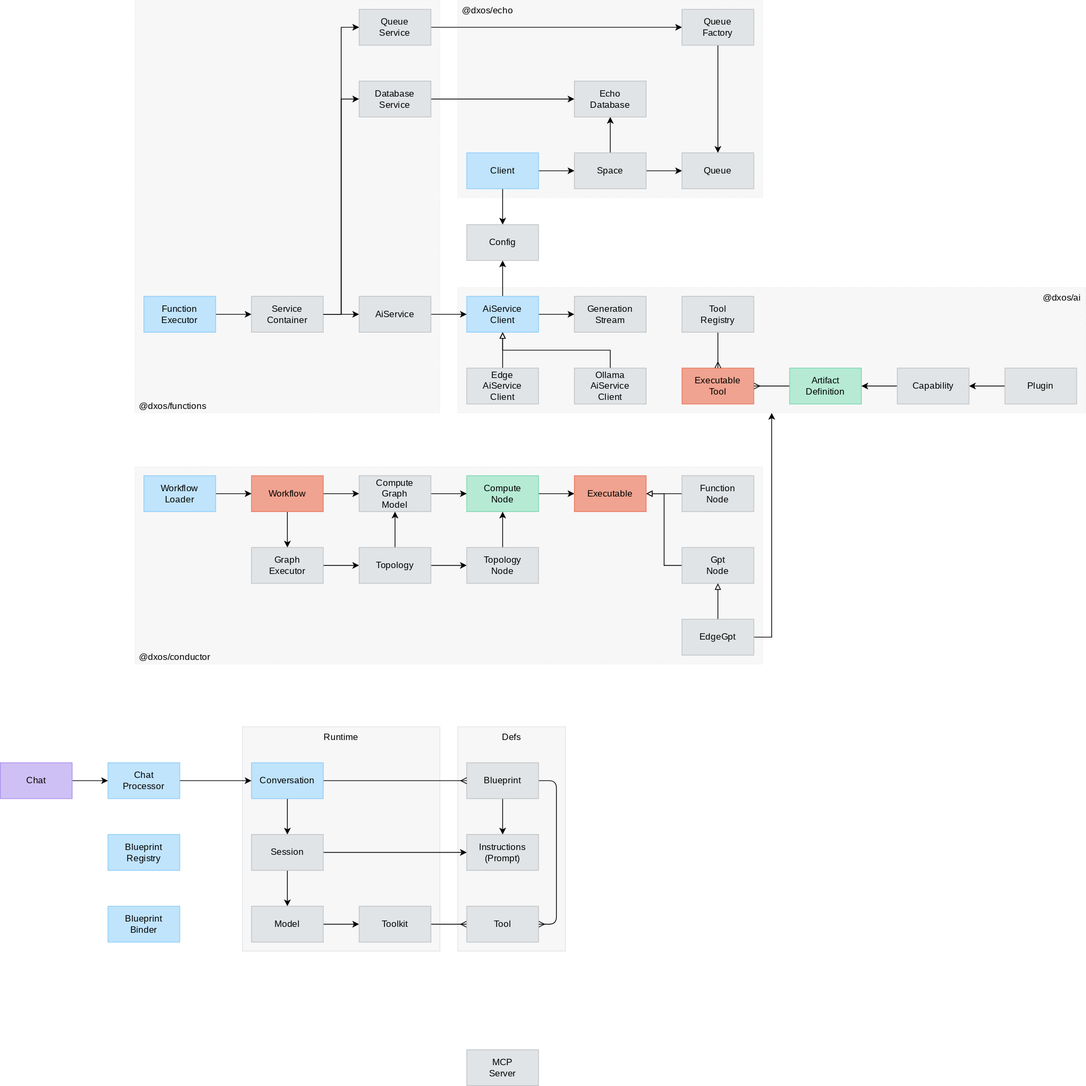
This is packages/core/ai/docs/ai.drawio.svg from dxos/dxos, a draw.io export, as it was before one commit. Source tidied: cells renumbered, new cells last; positions are measured from the earlier drawing's top-left corner, leaving out a move shared by most shapes.
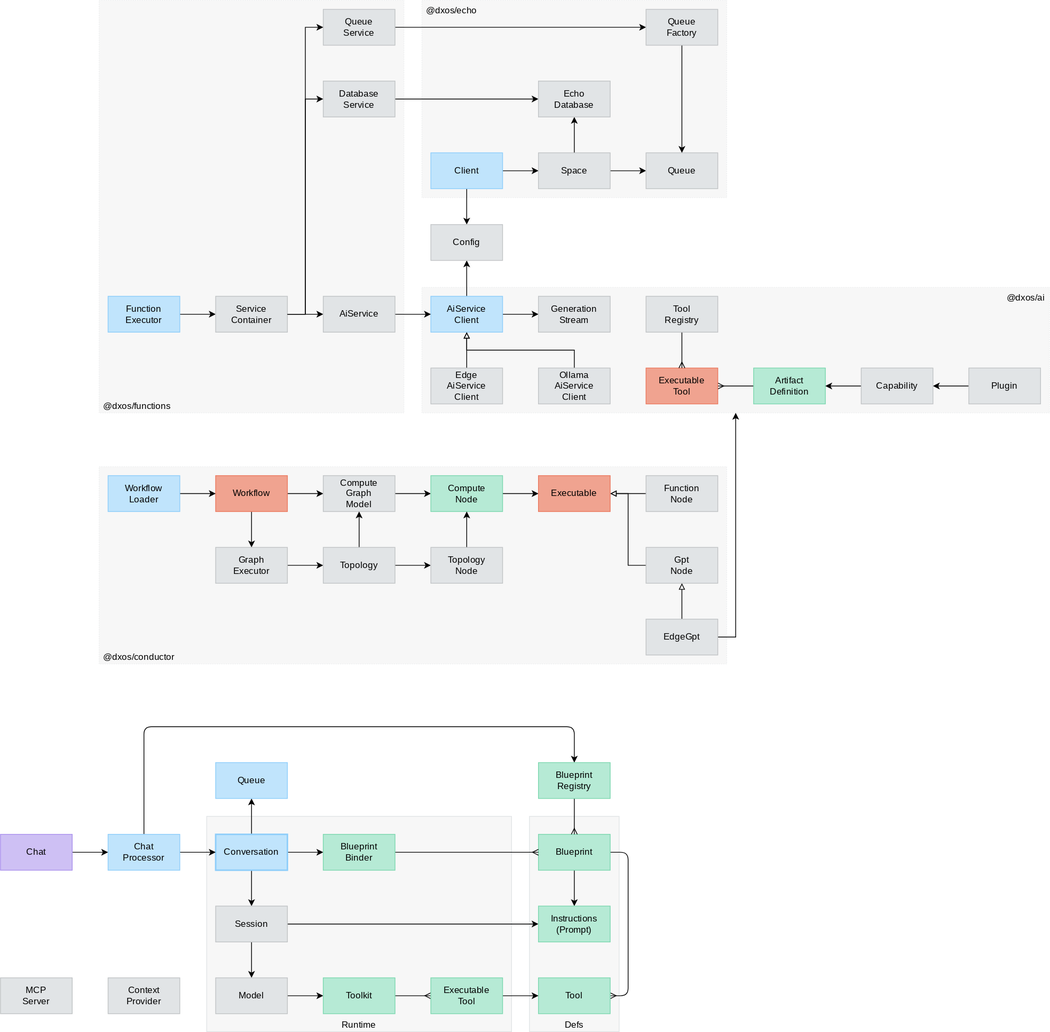
The same file after the commit.

Change to the diagram source:
```diff
@@ -2,11 +2,11 @@
   <root>
     <mxCell id="0" />
     <mxCell id="1" parent="0" />
-    <mxCell id="2" value="Runtime" style="rounded=0;whiteSpace=wrap;html=1;fontFamily=Space Grotesk;fontSource=https%3A%2F%2Ffonts.googleapis.com%2Fcss%3Ffamily%3DSpace%2BGrotesk;fillColor=#F7F7F7;fontColor=#000000;strokeColor=#E1E4E6;verticalAlign=top;" parent="1" vertex="1">
-      <mxGeometry x="324" y="972" width="264" height="300" as="geometry" />
+    <mxCell id="2" value="Runtime" style="rounded=0;whiteSpace=wrap;html=1;fontFamily=Space Grotesk;fontSource=https%3A%2F%2Ffonts.googleapis.com%2Fcss%3Ffamily%3DSpace%2BGrotesk;fillColor=#F7F7F7;fontColor=#000000;strokeColor=#E1E4E6;verticalAlign=bottom;" parent="1" vertex="1">
+      <mxGeometry x="324" y="1092" width="408" height="288" as="geometry" />
     </mxCell>
-    <mxCell id="3" value="Defs" style="rounded=0;whiteSpace=wrap;html=1;fontFamily=Space Grotesk;fontSource=https%3A%2F%2Ffonts.googleapis.com%2Fcss%3Ffamily%3DSpace%2BGrotesk;fillColor=#F7F7F7;fontColor=#000000;strokeColor=#E1E4E6;verticalAlign=top;" parent="1" vertex="1">
-      <mxGeometry x="612" y="972" width="144" height="300" as="geometry" />
+    <mxCell id="3" value="Defs" style="rounded=0;whiteSpace=wrap;html=1;fontFamily=Space Grotesk;fontSource=https%3A%2F%2Ffonts.googleapis.com%2Fcss%3Ffamily%3DSpace%2BGrotesk;fillColor=#F7F7F7;fontColor=#000000;strokeColor=#E1E4E6;verticalAlign=bottom;" parent="1" vertex="1">
+      <mxGeometry x="756" y="1092" width="120" height="288" as="geometry" />
     </mxCell>
     <mxCell id="4" value="@dxos/conductor" style="rounded=0;whiteSpace=wrap;html=1;fontFamily=Space Grotesk;fontSource=https%3A%2F%2Ffonts.googleapis.com%2Fcss%3Ffamily%3DSpace%2BGrotesk;verticalAlign=bottom;fillColor=#F7F7F7;dashed=1;strokeWidth=0.5;align=left;spacingLeft=4;spacingRight=4;fontColor=#000000;strokeColor=#E1E4E6;" parent="1" vertex="1">
       <mxGeometry x="180" y="624" width="840" height="264" as="geometry" />
@@ -237,34 +237,40 @@
     <mxCell id="71" value="Tool&lt;div&gt;Registry&lt;/div&gt;" style="rounded=0;whiteSpace=wrap;html=1;fontFamily=Space Grotesk;fontSource=https%3A%2F%2Ffonts.googleapis.com%2Fcss%3Ffamily%3DSpace%2BGrotesk;fillColor=#E1E4E6;fontColor=#000000;strokeColor=#C0C3C5;" parent="1" vertex="1">
       <mxGeometry x="912" y="396" width="96" height="48" as="geometry" />
     </mxCell>
-    <mxCell id="72" style="edgeStyle=none;html=1;endArrow=ERmany;endFill=0;" parent="1" edge="1" source="85" target="76">
+    <mxCell id="72" style="edgeStyle=none;html=1;endArrow=ERmany;endFill=0;" parent="1" edge="1" source="85" target="101">
       <mxGeometry relative="1" as="geometry" />
     </mxCell>
     <mxCell id="73" style="edgeStyle=none;html=1;endArrow=ERmany;endFill=0;" parent="1" edge="1" source="75" target="76">
       <mxGeometry relative="1" as="geometry">
         <Array as="points">
-          <mxPoint x="744" y="1044" />
-          <mxPoint x="744" y="1236" />
+          <mxPoint x="888" y="1140" />
+          <mxPoint x="888" y="1332" />
         </Array>
       </mxGeometry>
     </mxCell>
     <mxCell id="74" style="edgeStyle=none;html=1;exitX=0.5;exitY=1;exitDx=0;exitDy=0;" parent="1" edge="1" source="75" target="86">
       <mxGeometry relative="1" as="geometry" />
     </mxCell>
-    <mxCell id="75" value="Blueprint" style="rounded=0;whiteSpace=wrap;html=1;fontFamily=Space Grotesk;fontSource=https%3A%2F%2Ffonts.googleapis.com%2Fcss%3Ffamily%3DSpace%2BGrotesk;fillColor=#E1E4E6;fontColor=#000000;strokeColor=#C0C3C5;" parent="1" vertex="1">
-      <mxGeometry x="624" y="1020" width="96" height="48" as="geometry" />
+    <mxCell id="75" value="Blueprint" style="rounded=0;whiteSpace=wrap;html=1;fontFamily=Space Grotesk;fontSource=https%3A%2F%2Ffonts.googleapis.com%2Fcss%3Ffamily%3DSpace%2BGrotesk;fillColor=#B6EAD5;fontColor=#000000;strokeColor=#7CD7AF;" parent="1" vertex="1">
+      <mxGeometry x="768" y="1116" width="96" height="48" as="geometry" />
     </mxCell>
-    <mxCell id="76" value="Tool" style="rounded=0;whiteSpace=wrap;html=1;fontFamily=Space Grotesk;fontSource=https%3A%2F%2Ffonts.googleapis.com%2Fcss%3Ffamily%3DSpace%2BGrotesk;fillColor=#E1E4E6;fontColor=#000000;strokeColor=#C0C3C5;" parent="1" vertex="1">
-      <mxGeometry x="624" y="1212" width="96" height="48" as="geometry" />
+    <mxCell id="76" value="Tool" style="rounded=0;whiteSpace=wrap;html=1;fontFamily=Space Grotesk;fontSource=https%3A%2F%2Ffonts.googleapis.com%2Fcss%3Ffamily%3DSpace%2BGrotesk;fillColor=#B6EAD5;fontColor=#000000;strokeColor=#7CD7AF;" parent="1" vertex="1">
+      <mxGeometry x="768" y="1308" width="96" height="48" as="geometry" />
     </mxCell>
-    <mxCell id="77" style="edgeStyle=none;html=1;exitX=1;exitY=0.5;exitDx=0;exitDy=0;endArrow=ERmany;endFill=0;" parent="1" edge="1" source="79" target="75">
+    <mxCell id="77" style="edgeStyle=none;html=1;endArrow=ERmany;endFill=0;" parent="1" edge="1" source="93" target="75">
       <mxGeometry relative="1" as="geometry" />
     </mxCell>
     <mxCell id="78" style="edgeStyle=none;html=1;exitX=0.5;exitY=1;exitDx=0;exitDy=0;entryX=0.5;entryY=0;entryDx=0;entryDy=0;" parent="1" edge="1" source="79" target="82">
       <mxGeometry relative="1" as="geometry" />
     </mxCell>
+    <mxCell id="94" style="edgeStyle=none;html=1;" parent="1" edge="1" source="79" target="93">
+      <mxGeometry relative="1" as="geometry" />
+    </mxCell>
+    <mxCell id="95" style="edgeStyle=none;html=1;exitX=0.5;exitY=0;exitDx=0;exitDy=0;" parent="1" edge="1" source="79" target="99">
+      <mxGeometry relative="1" as="geometry" />
+    </mxCell>
-    <mxCell id="79" value="Conversation" style="rounded=0;whiteSpace=wrap;html=1;fontFamily=Space Grotesk;fontSource=https%3A%2F%2Ffonts.googleapis.com%2Fcss%3Ffamily%3DSpace%2BGrotesk;fillColor=#C0E4FC;fontColor=#000000;strokeColor=#8DCDFA;" parent="1" vertex="1">
-      <mxGeometry x="336" y="1020" width="96" height="48" as="geometry" />
+    <mxCell id="79" value="Conversation" style="rounded=0;whiteSpace=wrap;html=1;fontFamily=Space Grotesk;fontSource=https%3A%2F%2Ffonts.googleapis.com%2Fcss%3Ffamily%3DSpace%2BGrotesk;fillColor=#C0E4FC;fontColor=#000000;strokeColor=#8DCDFA;fontStyle=0;strokeWidth=2;" parent="1" vertex="1">
+      <mxGeometry x="336" y="1116" width="96" height="48" as="geometry" />
     </mxCell>
     <mxCell id="80" style="edgeStyle=none;html=1;exitX=0.5;exitY=1;exitDx=0;exitDy=0;" parent="1" edge="1" source="82" target="84">
       <mxGeometry relative="1" as="geometry" />
@@ -273,40 +279,63 @@
       <mxGeometry relative="1" as="geometry" />
     </mxCell>
     <mxCell id="82" value="Session" style="rounded=0;whiteSpace=wrap;html=1;fontFamily=Space Grotesk;fontSource=https%3A%2F%2Ffonts.googleapis.com%2Fcss%3Ffamily%3DSpace%2BGrotesk;fillColor=#E1E4E6;fontColor=#000000;strokeColor=#C0C3C5;" parent="1" vertex="1">
-      <mxGeometry x="336" y="1116" width="96" height="48" as="geometry" />
+      <mxGeometry x="336" y="1212" width="96" height="48" as="geometry" />
     </mxCell>
     <mxCell id="83" style="edgeStyle=none;html=1;exitX=1;exitY=0.5;exitDx=0;exitDy=0;" parent="1" edge="1" source="84" target="85">
       <mxGeometry relative="1" as="geometry" />
     </mxCell>
     <mxCell id="84" value="Model" style="rounded=0;whiteSpace=wrap;html=1;fontFamily=Space Grotesk;fontSource=https%3A%2F%2Ffonts.googleapis.com%2Fcss%3Ffamily%3DSpace%2BGrotesk;fillColor=#E1E4E6;fontColor=#000000;strokeColor=#C0C3C5;" parent="1" vertex="1">
-      <mxGeometry x="336" y="1212" width="96" height="48" as="geometry" />
+      <mxGeometry x="336" y="1308" width="96" height="48" as="geometry" />
     </mxCell>
-    <mxCell id="85" value="Toolkit" style="rounded=0;whiteSpace=wrap;html=1;fontFamily=Space Grotesk;fontSource=https%3A%2F%2Ffonts.googleapis.com%2Fcss%3Ffamily%3DSpace%2BGrotesk;fillColor=#E1E4E6;fontColor=#000000;strokeColor=#C0C3C5;" parent="1" vertex="1">
-      <mxGeometry x="480" y="1212" width="96" height="48" as="geometry" />
+    <mxCell id="85" value="Toolkit" style="rounded=0;whiteSpace=wrap;html=1;fontFamily=Space Grotesk;fontSource=https%3A%2F%2Ffonts.googleapis.com%2Fcss%3Ffamily%3DSpace%2BGrotesk;fillColor=#B6EAD5;fontColor=#000000;strokeColor=#7CD7AF;" parent="1" vertex="1">
+      <mxGeometry x="480" y="1308" width="96" height="48" as="geometry" />
     </mxCell>
-    <mxCell id="86" value="Instructions&lt;div&gt;(Prompt)&lt;/div&gt;" style="rounded=0;whiteSpace=wrap;html=1;fontFamily=Space Grotesk;fontSource=https%3A%2F%2Ffonts.googleapis.com%2Fcss%3Ffamily%3DSpace%2BGrotesk;fillColor=#E1E4E6;fontColor=#000000;strokeColor=#C0C3C5;" parent="1" vertex="1">
-      <mxGeometry x="624" y="1116" width="96" height="48" as="geometry" />
+    <mxCell id="86" value="Instructions&lt;div&gt;(Prompt)&lt;/div&gt;" style="rounded=0;whiteSpace=wrap;html=1;fontFamily=Space Grotesk;fontSource=https%3A%2F%2Ffonts.googleapis.com%2Fcss%3Ffamily%3DSpace%2BGrotesk;fillColor=#B6EAD5;fontColor=#000000;strokeColor=#7CD7AF;" parent="1" vertex="1">
+      <mxGeometry x="768" y="1212" width="96" height="48" as="geometry" />
     </mxCell>
     <mxCell id="87" style="edgeStyle=none;html=1;exitX=1;exitY=0.5;exitDx=0;exitDy=0;" parent="1" edge="1" source="88" target="79">
       <mxGeometry relative="1" as="geometry" />
     </mxCell>
+    <mxCell id="96" style="edgeStyle=none;html=1;exitX=0.5;exitY=0;exitDx=0;exitDy=0;" parent="1" edge="1" source="88" target="92">
+      <mxGeometry relative="1" as="geometry">
+        <Array as="points">
+          <mxPoint x="240" y="972" />
+          <mxPoint x="816" y="972" />
+        </Array>
+      </mxGeometry>
+    </mxCell>
     <mxCell id="88" value="Chat&lt;br&gt;Processor" style="rounded=0;whiteSpace=wrap;html=1;fontFamily=Space Grotesk;fontSource=https%3A%2F%2Ffonts.googleapis.com%2Fcss%3Ffamily%3DSpace%2BGrotesk;fillColor=#C0E4FC;fontColor=#000000;strokeColor=#8DCDFA;" parent="1" vertex="1">
-      <mxGeometry x="144" y="1020" width="96" height="48" as="geometry" />
+      <mxGeometry x="192" y="1116" width="96" height="48" as="geometry" />
     </mxCell>
     <mxCell id="89" value="MCP&lt;br&gt;Server" style="rounded=0;whiteSpace=wrap;html=1;fontFamily=Space Grotesk;fontSource=https%3A%2F%2Ffonts.googleapis.com%2Fcss%3Ffamily%3DSpace%2BGrotesk;fillColor=#E1E4E6;fontColor=#000000;strokeColor=#C0C3C5;" parent="1" vertex="1">
-      <mxGeometry x="624" y="1404" width="96" height="48" as="geometry" />
+      <mxGeometry x="48" y="1308" width="96" height="48" as="geometry" />
     </mxCell>
     <mxCell id="90" style="edgeStyle=none;html=1;exitX=1;exitY=0.5;exitDx=0;exitDy=0;" parent="1" edge="1" source="91" target="88">
       <mxGeometry relative="1" as="geometry" />
     </mxCell>
     <mxCell id="91" value="Chat" style="rounded=0;whiteSpace=wrap;html=1;fontFamily=Space Grotesk;fontSource=https%3A%2F%2Ffonts.googleapis.com%2Fcss%3Ffamily%3DSpace%2BGrotesk;fillColor=#CEC0F4;fontColor=#000000;strokeColor=#AB92ED;" parent="1" vertex="1">
-      <mxGeometry y="1020" width="96" height="48" as="geometry" />
+      <mxGeometry x="48" y="1116" width="96" height="48" as="geometry" />
     </mxCell>
+    <mxCell id="97" style="edgeStyle=none;html=1;exitX=0.5;exitY=1;exitDx=0;exitDy=0;endArrow=ERmany;endFill=0;" parent="1" edge="1" source="92" target="75">
+      <mxGeometry relative="1" as="geometry" />
+    </mxCell>
-    <mxCell id="92" value="Blueprint&lt;div&gt;Registry&lt;/div&gt;" style="rounded=0;whiteSpace=wrap;html=1;fontFamily=Space Grotesk;fontSource=https%3A%2F%2Ffonts.googleapis.com%2Fcss%3Ffamily%3DSpace%2BGrotesk;fillColor=#C0E4FC;fontColor=#000000;strokeColor=#8DCDFA;" parent="1" vertex="1">
-      <mxGeometry x="144" y="1116" width="96" height="48" as="geometry" />
+    <mxCell id="92" value="Blueprint&lt;div&gt;Registry&lt;/div&gt;" style="rounded=0;whiteSpace=wrap;html=1;fontFamily=Space Grotesk;fontSource=https%3A%2F%2Ffonts.googleapis.com%2Fcss%3Ffamily%3DSpace%2BGrotesk;fillColor=#B6EAD5;fontColor=#000000;strokeColor=#7CD7AF;" parent="1" vertex="1">
+      <mxGeometry x="768" y="1020" width="96" height="48" as="geometry" />
     </mxCell>
-    <mxCell id="93" value="Blueprint&lt;div&gt;Binder&lt;/div&gt;" style="rounded=0;whiteSpace=wrap;html=1;fontFamily=Space Grotesk;fontSource=https%3A%2F%2Ffonts.googleapis.com%2Fcss%3Ffamily%3DSpace%2BGrotesk;fillColor=#C0E4FC;fontColor=#000000;strokeColor=#8DCDFA;" parent="1" vertex="1">
-      <mxGeometry x="144" y="1212" width="96" height="48" as="geometry" />
+    <mxCell id="93" value="Blueprint&lt;div&gt;Binder&lt;/div&gt;" style="rounded=0;whiteSpace=wrap;html=1;fontFamily=Space Grotesk;fontSource=https%3A%2F%2Ffonts.googleapis.com%2Fcss%3Ffamily%3DSpace%2BGrotesk;fillColor=#B6EAD5;fontColor=#000000;strokeColor=#7CD7AF;" parent="1" vertex="1">
+      <mxGeometry x="480" y="1116" width="96" height="48" as="geometry" />
     </mxCell>
+    <mxCell id="98" value="Context&lt;div&gt;Provider&lt;/div&gt;" style="rounded=0;whiteSpace=wrap;html=1;fontFamily=Space Grotesk;fontSource=https%3A%2F%2Ffonts.googleapis.com%2Fcss%3Ffamily%3DSpace%2BGrotesk;fillColor=#E1E4E6;fontColor=#000000;strokeColor=#C0C3C5;" parent="1" vertex="1">
+      <mxGeometry x="192" y="1308" width="96" height="48" as="geometry" />
+    </mxCell>
+    <mxCell id="99" value="Queue" style="rounded=0;whiteSpace=wrap;html=1;fontFamily=Space Grotesk;fontSource=https%3A%2F%2Ffonts.googleapis.com%2Fcss%3Ffamily%3DSpace%2BGrotesk;fillColor=#C0E4FC;fontColor=#000000;strokeColor=#8DCDFA;" parent="1" vertex="1">
+      <mxGeometry x="336" y="1020" width="96" height="48" as="geometry" />
+    </mxCell>
+    <mxCell id="100" style="edgeStyle=none;html=1;exitX=1;exitY=0.5;exitDx=0;exitDy=0;" parent="1" edge="1" source="101" target="76">
+      <mxGeometry relative="1" as="geometry" />
+    </mxCell>
+    <mxCell id="101" value="Executable&lt;br&gt;Tool" style="rounded=0;whiteSpace=wrap;html=1;fontFamily=Space Grotesk;fontSource=https%3A%2F%2Ffonts.googleapis.com%2Fcss%3Ffamily%3DSpace%2BGrotesk;fillColor=#B6EAD5;fontColor=#000000;strokeColor=#7CD7AF;" parent="1" vertex="1">
+      <mxGeometry x="624" y="1308" width="96" height="48" as="geometry" />
+    </mxCell>
   </root>
 </mxGraphModel>
```
